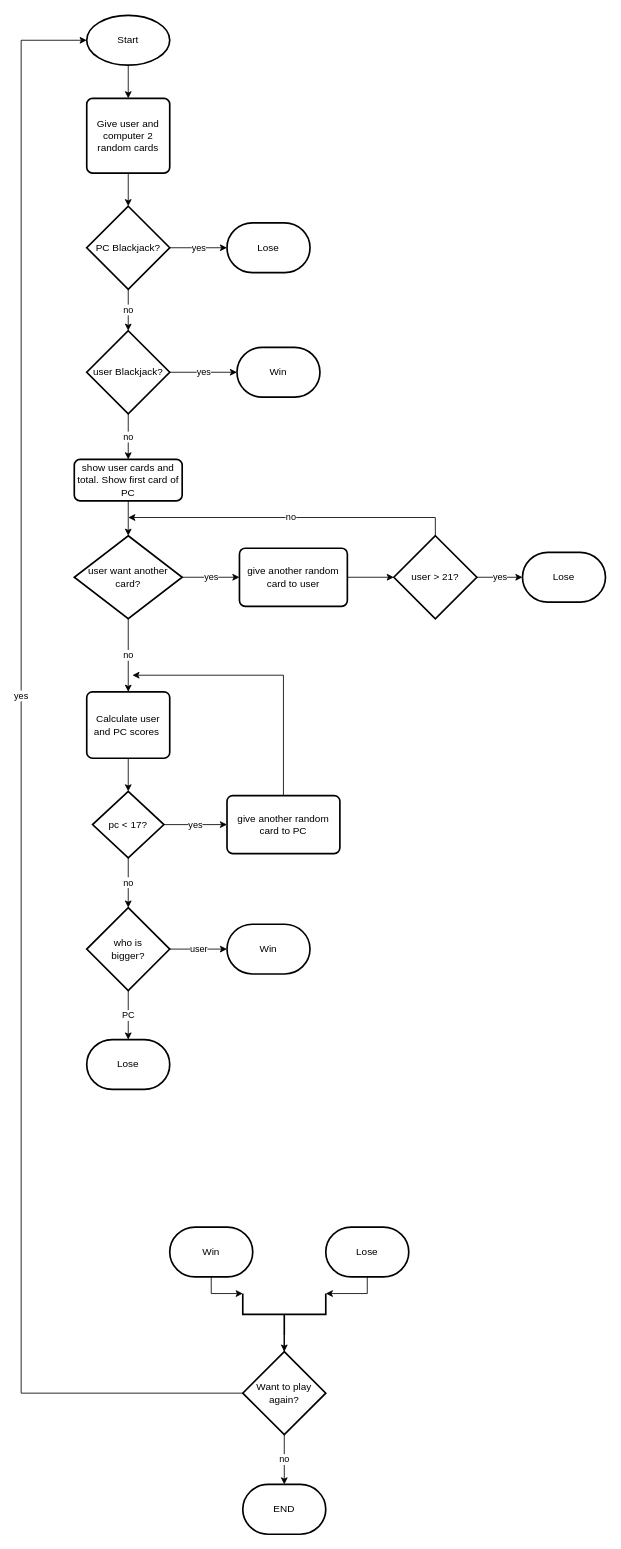
SamTesura/archivos-python keeps this draw.io diagram as Blackjack/Blackjack remastered flowchart.drawio. Above is the earlier version. Source tidied: cells renumbered, new cells numbered last; positions are measured from the earlier drawing's top-left corner, leaving out a move shared by most shapes. Both pictures are drawn from the tidied source at 83%, with x=0, y=0 at pixel (21, 15).
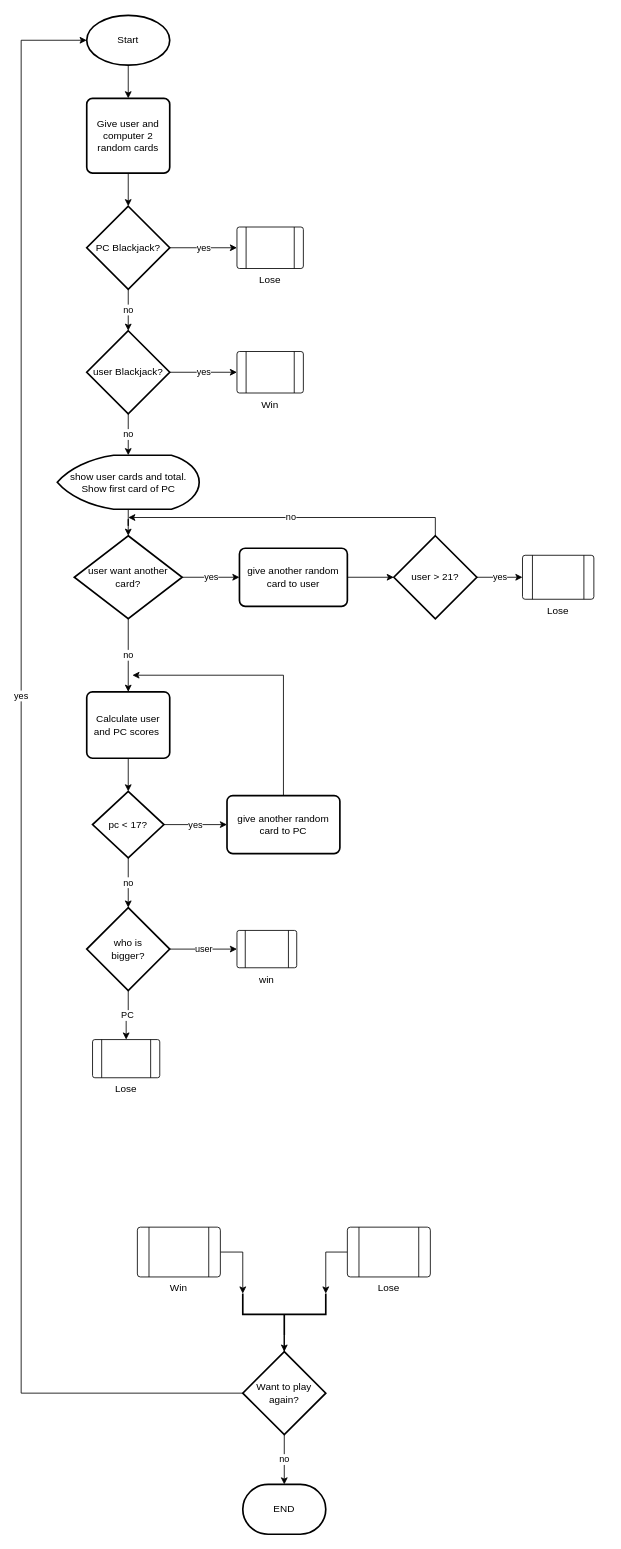
The same diagram, later.

Unchanged cells that the change refers to:
```xml
<mxCell id="44" style="strokeWidth=2;html=1;shape=mxgraph.flowchart.annotation_2;align=left;labelPosition=right;direction=north;" parent="1" vertex="1">
  <mxGeometry x="267" y="1540" width="100" height="50" as="geometry" />
</mxCell>
```

Diff of the diagram source:
```diff
@@
-    <mxCell id="9" value="Win" style="strokeWidth=2;html=1;shape=mxgraph.flowchart.terminator;whiteSpace=wrap;" parent="1" vertex="1">
-      <mxGeometry x="260" y="400" width="100" height="60" as="geometry" />
+    <mxCell id="9" value="Win" style="verticalLabelPosition=bottom;verticalAlign=top;html=1;shape=process;whiteSpace=wrap;rounded=1;size=0.14;arcSize=6;" parent="1" vertex="1">
+      <mxGeometry x="260" y="405" width="80" height="50" as="geometry" />
     </mxCell>
-    <mxCell id="10" value="Lose" style="strokeWidth=2;html=1;shape=mxgraph.flowchart.terminator;whiteSpace=wrap;" parent="1" vertex="1">
-      <mxGeometry x="248" y="250" width="100" height="60" as="geometry" />
+    <mxCell id="10" value="Lose" style="verticalLabelPosition=bottom;verticalAlign=top;html=1;shape=process;whiteSpace=wrap;rounded=1;size=0.14;arcSize=6;" parent="1" vertex="1">
+      <mxGeometry x="260" y="255" width="80" height="50" as="geometry" />
     </mxCell>
@@
-    <mxCell id="14" value="show user cards and total. Show first card of PC" style="rounded=1;whiteSpace=wrap;html=1;absoluteArcSize=1;arcSize=14;strokeWidth=2;" parent="1" vertex="1">
-      <mxGeometry x="64" y="535" width="130" height="50" as="geometry" />
+    <mxCell id="14" value="show user cards and total. Show first card of PC" style="strokeWidth=2;html=1;shape=mxgraph.flowchart.display;whiteSpace=wrap;" parent="1" vertex="1">
+      <mxGeometry x="43.5" y="530" width="171" height="65" as="geometry" />
     </mxCell>
@@
-    <mxCell id="23" value="Lose" style="strokeWidth=2;html=1;shape=mxgraph.flowchart.terminator;whiteSpace=wrap;" parent="1" vertex="1">
-      <mxGeometry x="604" y="647" width="100" height="60" as="geometry" />
+    <mxCell id="23" value="Lose" style="verticalLabelPosition=bottom;verticalAlign=top;html=1;shape=process;whiteSpace=wrap;rounded=1;size=0.14;arcSize=6;" parent="1" vertex="1">
+      <mxGeometry x="604" y="650.5" width="86" height="53" as="geometry" />
     </mxCell>
@@
-    <mxCell id="32" value="Win" style="strokeWidth=2;html=1;shape=mxgraph.flowchart.terminator;whiteSpace=wrap;" parent="1" vertex="1">
-      <mxGeometry x="248" y="1095" width="100" height="60" as="geometry" />
+    <mxCell id="32" value="win" style="verticalLabelPosition=bottom;verticalAlign=top;html=1;shape=process;whiteSpace=wrap;rounded=1;size=0.14;arcSize=6;" parent="1" vertex="1">
+      <mxGeometry x="260" y="1102.5" width="72" height="45" as="geometry" />
     </mxCell>
-    <mxCell id="33" value="Lose" style="strokeWidth=2;html=1;shape=mxgraph.flowchart.terminator;whiteSpace=wrap;" parent="1" vertex="1">
-      <mxGeometry x="79" y="1234" width="100" height="60" as="geometry" />
+    <mxCell id="33" value="Lose" style="verticalLabelPosition=bottom;verticalAlign=top;html=1;shape=process;whiteSpace=wrap;rounded=1;size=0.14;arcSize=6;" parent="1" vertex="1">
+      <mxGeometry x="86" y="1234" width="81" height="46" as="geometry" />
     </mxCell>
@@
-    <mxCell id="41" style="edgeStyle=orthogonalEdgeStyle;rounded=0;jettySize=auto;html=1;entryX=1;entryY=0;entryDx=0;entryDy=0;entryPerimeter=0;" parent="1" edge="1" source="42" target="44">
+    <mxCell id="41" style="edgeStyle=orthogonalEdgeStyle;rounded=0;jettySize=auto;html=1;exitX=1;exitY=0.5;exitDx=0;exitDy=0;entryX=1;entryY=0;entryDx=0;entryDy=0;entryPerimeter=0;" parent="1" edge="1" source="42" target="44">
       <mxGeometry relative="1" as="geometry" />
     </mxCell>
-    <mxCell id="42" value="Win" style="strokeWidth=2;html=1;shape=mxgraph.flowchart.terminator;whiteSpace=wrap;" parent="1" vertex="1">
-      <mxGeometry x="179" y="1460" width="100" height="60" as="geometry" />
+    <mxCell id="42" value="Win" style="verticalLabelPosition=bottom;verticalAlign=top;html=1;shape=process;whiteSpace=wrap;rounded=1;size=0.14;arcSize=6;" parent="1" vertex="1">
+      <mxGeometry x="140" y="1460" width="100" height="60" as="geometry" />
     </mxCell>
@@
-    <mxCell id="45" style="edgeStyle=orthogonalEdgeStyle;rounded=0;jettySize=auto;html=1;entryX=1;entryY=1;entryDx=0;entryDy=0;entryPerimeter=0;exitX=0.5;exitY=1;exitDx=0;exitDy=0;exitPerimeter=0;" parent="1" edge="1" source="46" target="44">
-      <mxGeometry relative="1" as="geometry">
-        <Array as="points">
-          <mxPoint x="417" y="1540" />
-        </Array>
-      </mxGeometry>
+    <mxCell id="45" style="edgeStyle=orthogonalEdgeStyle;rounded=0;jettySize=auto;html=1;exitX=0;exitY=0.5;exitDx=0;exitDy=0;entryX=1;entryY=1;entryDx=0;entryDy=0;entryPerimeter=0;" parent="1" edge="1" source="46" target="44">
+      <mxGeometry relative="1" as="geometry" />
     </mxCell>
-    <mxCell id="46" value="Lose" style="strokeWidth=2;html=1;shape=mxgraph.flowchart.terminator;whiteSpace=wrap;" parent="1" vertex="1">
-      <mxGeometry x="367" y="1460" width="100" height="60" as="geometry" />
+    <mxCell id="46" value="Lose" style="verticalLabelPosition=bottom;verticalAlign=top;html=1;shape=process;whiteSpace=wrap;rounded=1;size=0.14;arcSize=6;" parent="1" vertex="1">
+      <mxGeometry x="393" y="1460" width="100" height="60" as="geometry" />
     </mxCell>
```
